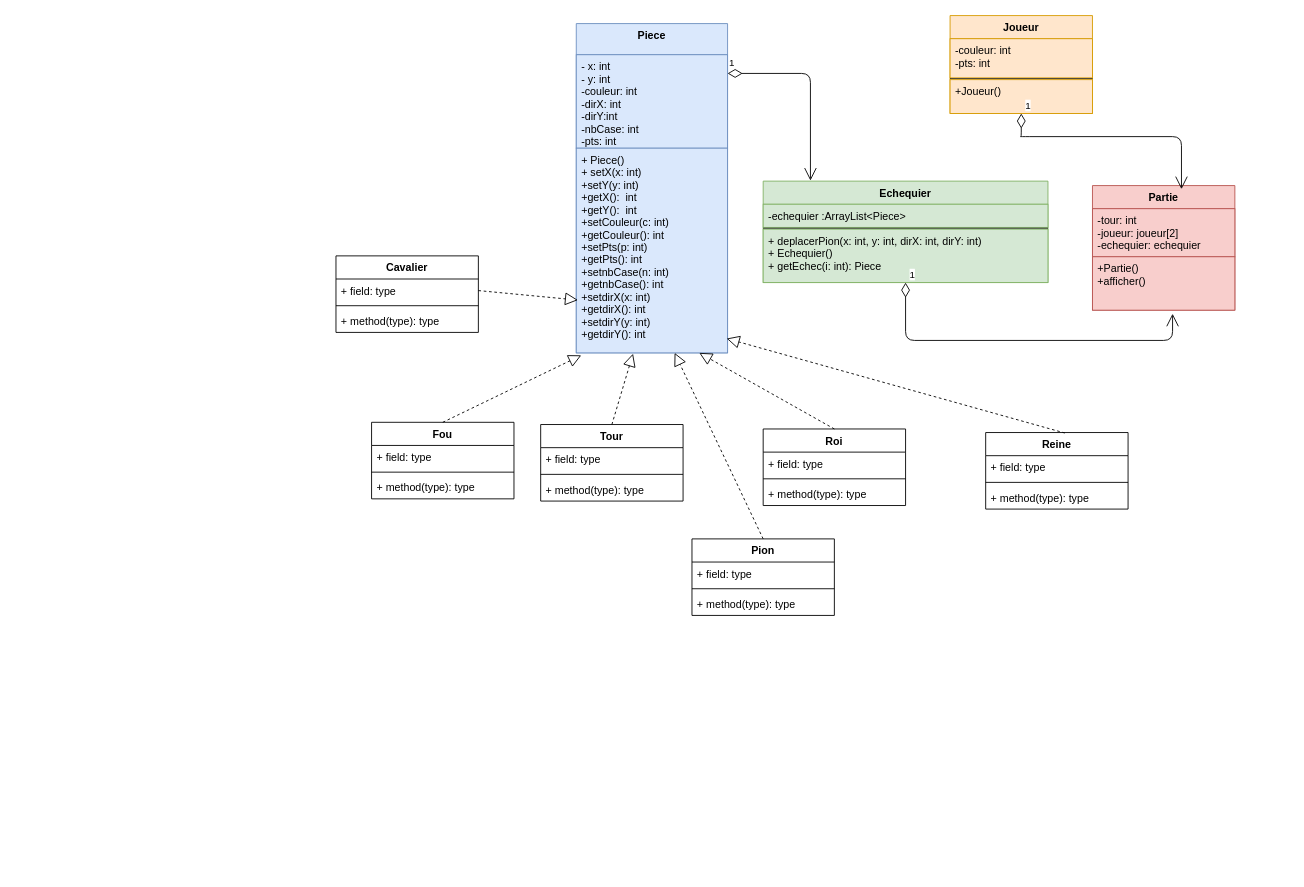
This is diagrammes/diagramme.drawio from LordPax/ProjetJava, a draw.io file, before an edit. Source tidied: cells renumbered, new cells numbered last; positions are measured from the earlier drawing's top-left corner, leaving out a move shared by most shapes. Both pictures are drawn from the tidied source at 89%, with x=0, y=0 at pixel (336, 15).
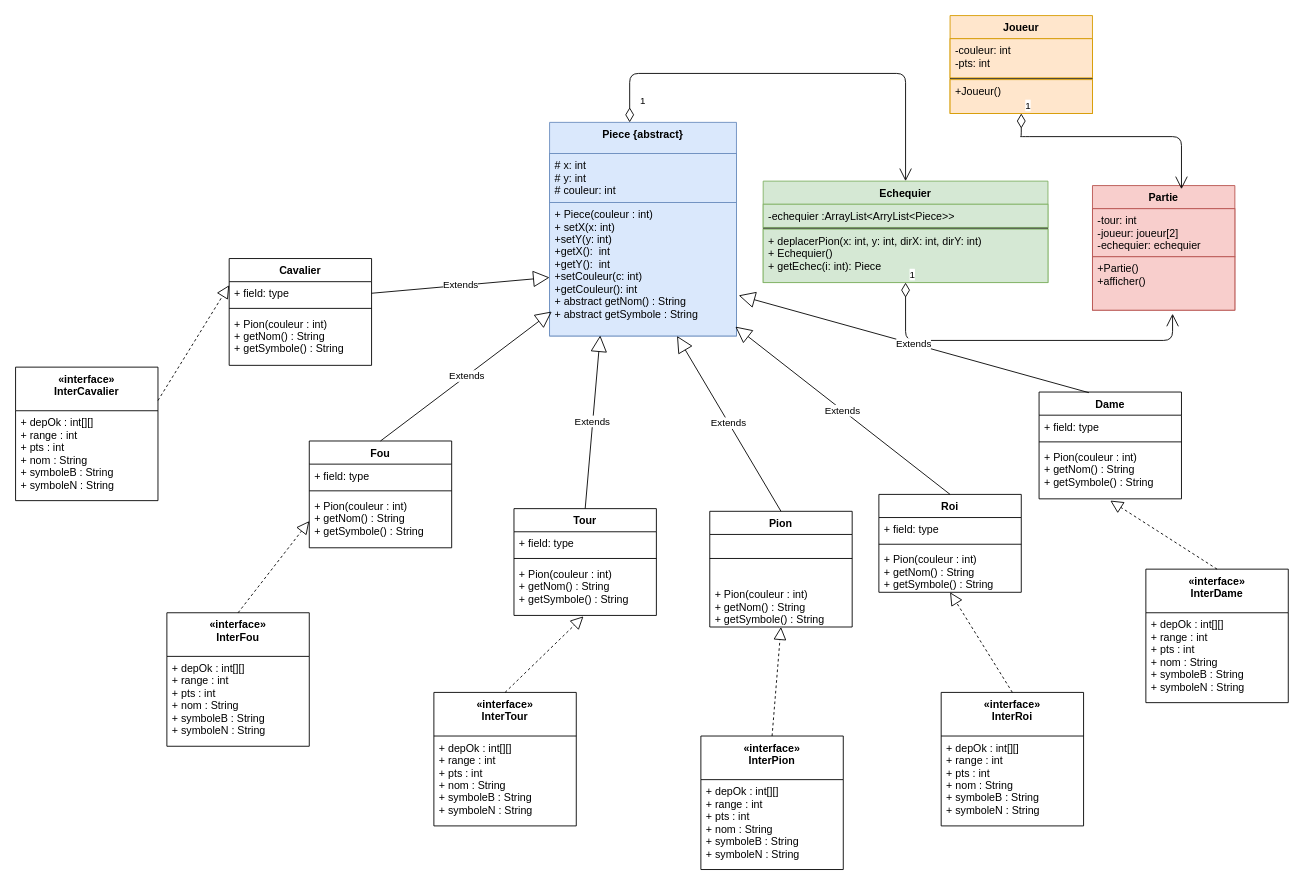
The same diagram, later.

The change refers to these unchanged cells:
```xml
<mxCell id="6" value="Echequier" style="swimlane;fontStyle=1;align=center;verticalAlign=top;horizontal=1;startSize=26;fillColor=#d5e8d4;strokeColor=#82b366;" parent="1" vertex="1">
  <mxGeometry x="480" y="186" width="320" height="114" as="geometry" />
</mxCell>
<mxCell id="10" value="Partie&#10;" style="swimlane;fontStyle=1;align=center;verticalAlign=top;horizontal=1;startSize=26;fillColor=#f8cecc;strokeColor=#b85450;" parent="1" vertex="1">
  <mxGeometry x="850" y="191" width="160" height="140" as="geometry" />
</mxCell>
<mxCell id="14" value="Joueur" style="swimlane;fontStyle=1;align=center;verticalAlign=top;horizontal=1;startSize=26;fillColor=#ffe6cc;strokeColor=#d79b00;" parent="1" vertex="1">
  <mxGeometry x="690" width="160" height="110" as="geometry" />
</mxCell>
<mxCell id="35" value="+ field: type" style="text;strokeColor=none;fillColor=none;align=left;verticalAlign=top;spacingLeft=4;spacingRight=4;overflow=hidden;points=[[0,0.5],[1,0.5]];portConstraint=eastwest;" parent="34" vertex="1">
  <mxGeometry y="26" width="160" height="26" as="geometry" />
</mxCell>
```

Diff of the diagram source:
```diff
@@
-    <mxCell id="2" value="Piece" style="swimlane;fontStyle=1;align=center;verticalAlign=top;horizontal=1;startSize=35;fillColor=#dae8fc;strokeColor=#6c8ebf;" parent="1" vertex="1">
-      <mxGeometry x="270" y="9" width="170" height="370" as="geometry" />
+    <mxCell id="2" value="Piece {abstract}" style="swimlane;fontStyle=1;align=center;verticalAlign=top;horizontal=1;startSize=35;fillColor=#dae8fc;strokeColor=#6c8ebf;" parent="1" vertex="1">
+      <mxGeometry x="240" y="120" width="210" height="240" as="geometry" />
     </mxCell>
-    <mxCell id="3" value="- x: int&#10;- y: int&#10;-couleur: int&#10;-dirX: int&#10;-dirY:int&#10;-nbCase: int&#10;-pts: int&#10;&#10;" style="text;strokeColor=#6c8ebf;fillColor=#dae8fc;align=left;verticalAlign=top;spacingLeft=4;spacingRight=4;overflow=hidden;points=[[0,0.5],[1,0.5]];portConstraint=eastwest;" parent="2" vertex="1">
-      <mxGeometry y="35" width="170" height="105" as="geometry" />
+    <mxCell id="3" value="# x: int&#10;# y: int&#10;# couleur: int" style="text;strokeColor=#6c8ebf;fillColor=#dae8fc;align=left;verticalAlign=top;spacingLeft=4;spacingRight=4;overflow=hidden;points=[[0,0.5],[1,0.5]];portConstraint=eastwest;" parent="2" vertex="1">
+      <mxGeometry y="35" width="210" height="55" as="geometry" />
     </mxCell>
     <mxCell id="4" style="line;strokeWidth=1;fillColor=#dae8fc;align=left;verticalAlign=middle;spacingTop=-1;spacingLeft=3;spacingRight=3;labelPosition=right;strokeColor=#6c8ebf;" parent="2" vertex="1">
-      <mxGeometry y="140" width="170" as="geometry" />
+      <mxGeometry y="90" width="210" as="geometry" />
     </mxCell>
-    <mxCell id="5" value="+ Piece()&#10;+ setX(x: int)&#10;+setY(y: int)&#10;+getX():  int&#10;+getY():  int&#10;+setCouleur(c: int)&#10;+getCouleur(): int&#10;+setPts(p: int)&#10;+getPts(): int&#10;+setnbCase(n: int)&#10;+getnbCase(): int&#10;+setdirX(x: int)&#10;+getdirX(): int&#10;+setdirY(y: int)&#10;+getdirY(): int" style="text;strokeColor=#6c8ebf;fillColor=#dae8fc;align=left;verticalAlign=top;spacingLeft=4;spacingRight=4;overflow=hidden;points=[[0,0.5],[1,0.5]];portConstraint=eastwest;" parent="2" vertex="1">
-      <mxGeometry y="140" width="170" height="230" as="geometry" />
+    <mxCell id="5" value="+ Piece(couleur : int)&#10;+ setX(x: int)&#10;+setY(y: int)&#10;+getX():  int&#10;+getY():  int&#10;+setCouleur(c: int)&#10;+getCouleur(): int&#10;+ abstract getNom() : String&#10;+ abstract getSymbole : String&#10;" style="text;strokeColor=#6c8ebf;fillColor=#dae8fc;align=left;verticalAlign=top;spacingLeft=4;spacingRight=4;overflow=hidden;points=[[0,0.5],[1,0.5]];portConstraint=eastwest;" parent="2" vertex="1">
+      <mxGeometry y="90" width="210" height="150" as="geometry" />
     </mxCell>
@@
-    <mxCell id="7" value="-echequier :ArrayList&lt;Piece&gt;" style="text;strokeColor=#82b366;fillColor=#d5e8d4;align=left;verticalAlign=top;spacingLeft=4;spacingRight=4;overflow=hidden;" parent="6" vertex="1">
+    <mxCell id="7" value="-echequier :ArrayList&lt;ArryList&lt;Piece&gt;&gt;" style="text;strokeColor=#82b366;fillColor=#d5e8d4;align=left;verticalAlign=top;spacingLeft=4;spacingRight=4;overflow=hidden;" parent="6" vertex="1">
       <mxGeometry y="26" width="320" height="26" as="geometry" />
     </mxCell>
@@
     <mxCell id="18" value="Fou" style="swimlane;fontStyle=1;align=center;verticalAlign=top;horizontal=1;startSize=26;" parent="1" vertex="1">
-      <mxGeometry x="40" y="457" width="160" height="86" as="geometry" />
+      <mxGeometry x="-30" y="478" width="160" height="120" as="geometry" />
     </mxCell>
@@
-    <mxCell id="21" value="+ method(type): type" style="text;strokeColor=none;fillColor=none;align=left;verticalAlign=top;spacingLeft=4;spacingRight=4;overflow=hidden;points=[[0,0.5],[1,0.5]];portConstraint=eastwest;" parent="18" vertex="1">
-      <mxGeometry y="60" width="160" height="26" as="geometry" />
+    <mxCell id="21" value="+ Pion(couleur : int)&#10;+ getNom() : String&#10;+ getSymbole() : String&#10;" style="text;strokeColor=none;fillColor=none;align=left;verticalAlign=top;spacingLeft=4;spacingRight=4;overflow=hidden;points=[[0,0.5],[1,0.5]];portConstraint=eastwest;" parent="18" vertex="1">
+      <mxGeometry y="60" width="160" height="60" as="geometry" />
     </mxCell>
     <mxCell id="22" value="Tour&#10;" style="swimlane;fontStyle=1;align=center;verticalAlign=top;horizontal=1;startSize=26;" parent="1" vertex="1">
-      <mxGeometry x="230" y="459.5" width="160" height="86" as="geometry" />
+      <mxGeometry x="200" y="554" width="160" height="120" as="geometry" />
     </mxCell>
@@
-    <mxCell id="25" value="+ method(type): type" style="text;strokeColor=none;fillColor=none;align=left;verticalAlign=top;spacingLeft=4;spacingRight=4;overflow=hidden;points=[[0,0.5],[1,0.5]];portConstraint=eastwest;" parent="22" vertex="1">
-      <mxGeometry y="60" width="160" height="26" as="geometry" />
+    <mxCell id="25" value="+ Pion(couleur : int)&#10;+ getNom() : String&#10;+ getSymbole() : String&#10;" style="text;strokeColor=none;fillColor=none;align=left;verticalAlign=top;spacingLeft=4;spacingRight=4;overflow=hidden;points=[[0,0.5],[1,0.5]];portConstraint=eastwest;" parent="22" vertex="1">
+      <mxGeometry y="60" width="160" height="60" as="geometry" />
     </mxCell>
     <mxCell id="26" value="Roi" style="swimlane;fontStyle=1;align=center;verticalAlign=top;horizontal=1;startSize=26;" parent="1" vertex="1">
-      <mxGeometry x="480" y="464.5" width="160" height="86" as="geometry" />
+      <mxGeometry x="610" y="538" width="160" height="110" as="geometry" />
     </mxCell>
@@
-    <mxCell id="29" value="+ method(type): type" style="text;strokeColor=none;fillColor=none;align=left;verticalAlign=top;spacingLeft=4;spacingRight=4;overflow=hidden;" parent="26" vertex="1">
-      <mxGeometry y="60" width="160" height="26" as="geometry" />
+    <mxCell id="29" value="+ Pion(couleur : int)&#10;+ getNom() : String&#10;+ getSymbole() : String&#10;" style="text;strokeColor=none;fillColor=none;align=left;verticalAlign=top;spacingLeft=4;spacingRight=4;overflow=hidden;" parent="26" vertex="1">
+      <mxGeometry y="60" width="160" height="50" as="geometry" />
     </mxCell>
-    <mxCell id="30" value="Reine" style="swimlane;fontStyle=1;align=center;verticalAlign=top;horizontal=1;startSize=26;" parent="1" vertex="1">
-      <mxGeometry x="730" y="468.5" width="160" height="86" as="geometry" />
+    <mxCell id="30" value="Dame" style="swimlane;fontStyle=1;align=center;verticalAlign=top;horizontal=1;startSize=26;" parent="1" vertex="1">
+      <mxGeometry x="790" y="423" width="160" height="120" as="geometry" />
     </mxCell>
@@
-    <mxCell id="33" value="+ method(type): type" style="text;strokeColor=none;fillColor=none;align=left;verticalAlign=top;spacingLeft=4;spacingRight=4;overflow=hidden;points=[[0,0.5],[1,0.5]];portConstraint=eastwest;" parent="30" vertex="1">
-      <mxGeometry y="60" width="160" height="26" as="geometry" />
+    <mxCell id="33" value="+ Pion(couleur : int)&#10;+ getNom() : String&#10;+ getSymbole() : String&#10;" style="text;strokeColor=none;fillColor=none;align=left;verticalAlign=top;spacingLeft=4;spacingRight=4;overflow=hidden;points=[[0,0.5],[1,0.5]];portConstraint=eastwest;" parent="30" vertex="1">
+      <mxGeometry y="60" width="160" height="60" as="geometry" />
     </mxCell>
     <mxCell id="34" value="Cavalier" style="swimlane;fontStyle=1;align=center;verticalAlign=top;horizontal=1;startSize=26;" parent="1" vertex="1">
-      <mxGeometry y="270" width="160" height="86" as="geometry" />
+      <mxGeometry x="-120" y="273" width="160" height="120" as="geometry" />
     </mxCell>
@@
-    <mxCell id="37" value="+ method(type): type" style="text;strokeColor=none;fillColor=none;align=left;verticalAlign=top;spacingLeft=4;spacingRight=4;overflow=hidden;" parent="34" vertex="1">
-      <mxGeometry y="60" width="160" height="26" as="geometry" />
+    <mxCell id="37" value="+ Pion(couleur : int)&#10;+ getNom() : String&#10;+ getSymbole() : String&#10;" style="text;strokeColor=none;fillColor=none;align=left;verticalAlign=top;spacingLeft=4;spacingRight=4;overflow=hidden;" parent="34" vertex="1">
+      <mxGeometry y="60" width="160" height="60" as="geometry" />
     </mxCell>
     <mxCell id="38" value="Pion" style="swimlane;fontStyle=1;align=center;verticalAlign=top;horizontal=1;startSize=26;" parent="1" vertex="1">
-      <mxGeometry x="400" y="588" width="160" height="86" as="geometry" />
+      <mxGeometry x="420" y="557" width="160" height="130" as="geometry" />
     </mxCell>
-    <mxCell id="39" value="+ field: type" style="text;strokeColor=none;fillColor=none;align=left;verticalAlign=top;spacingLeft=4;spacingRight=4;overflow=hidden;" parent="38" vertex="1">
-      <mxGeometry y="26" width="160" height="26" as="geometry" />
-    </mxCell>
     <mxCell id="40" style="line;strokeWidth=1;fillColor=none;align=left;verticalAlign=middle;spacingTop=-1;spacingLeft=3;spacingRight=3;labelPosition=right;" parent="38" vertex="1">
-      <mxGeometry y="52" width="160" height="8" as="geometry" />
+      <mxGeometry y="26" width="160" height="54" as="geometry" />
     </mxCell>
-    <mxCell id="41" value="+ method(type): type" style="text;strokeColor=none;fillColor=none;align=left;verticalAlign=top;spacingLeft=4;spacingRight=4;overflow=hidden;" parent="38" vertex="1">
-      <mxGeometry y="60" width="160" height="26" as="geometry" />
+    <mxCell id="41" value="+ Pion(couleur : int)&#10;+ getNom() : String&#10;+ getSymbole() : String&#10;" style="text;strokeColor=none;fillColor=none;align=left;verticalAlign=top;spacingLeft=4;spacingRight=4;overflow=hidden;" parent="38" vertex="1">
+      <mxGeometry y="80" width="160" height="50" as="geometry" />
     </mxCell>
+    <mxCell id="49" value="1" style="endArrow=open;html=1;endSize=12;startArrow=diamondThin;startSize=14;startFill=0;edgeStyle=orthogonalEdgeStyle;align=left;verticalAlign=bottom;entryX=0.625;entryY=0.029;entryDx=0;entryDy=0;entryPerimeter=0;exitX=0.5;exitY=1;exitDx=0;exitDy=0;" parent="1" edge="1" source="14" target="10">
+      <mxGeometry x="-1" y="3" relative="1" as="geometry">
+        <Array as="points">
+          <mxPoint x="769" y="136" />
+          <mxPoint x="949" y="136" />
+        </Array>
+      </mxGeometry>
+    </mxCell>
+    <mxCell id="50" value="1" style="endArrow=open;html=1;endSize=12;startArrow=diamondThin;startSize=14;startFill=0;edgeStyle=orthogonalEdgeStyle;align=left;verticalAlign=bottom;exitX=0.5;exitY=1;exitDx=0;exitDy=0;" parent="1" edge="1" source="6">
+      <mxGeometry x="-1" y="3" relative="1" as="geometry">
+        <mxPoint x="940" y="335" as="targetPoint" />
+        <Array as="points">
+          <mxPoint x="640" y="365" />
+          <mxPoint x="940" y="365" />
+        </Array>
+      </mxGeometry>
+    </mxCell>
+    <mxCell id="46" value="Extends" style="endArrow=block;endSize=16;endFill=0;html=1;exitX=1;exitY=0.5;exitDx=0;exitDy=0;" parent="1" edge="1" source="35" target="5">
+      <mxGeometry relative="1" as="geometry" />
+    </mxCell>
-    <mxCell id="42" style="endArrow=block;dashed=1;endFill=0;endSize=12;html=1;exitX=0.5;exitY=0;exitDx=0;exitDy=0;entryX=0.033;entryY=1.012;entryDx=0;entryDy=0;entryPerimeter=0;" parent="1" edge="1" source="18" target="5">
+    <mxCell id="42" value="Extends" style="endArrow=block;endSize=16;endFill=0;html=1;exitX=0.5;exitY=0;exitDx=0;exitDy=0;entryX=0.012;entryY=0.817;entryDx=0;entryDy=0;entryPerimeter=0;" parent="1" edge="1" source="18" target="5">
       <mxGeometry relative="1" as="geometry" />
     </mxCell>
-    <mxCell id="43" style="endArrow=block;dashed=1;endFill=0;endSize=12;html=1;exitX=0.5;exitY=0;exitDx=0;exitDy=0;entryX=0.375;entryY=1.004;entryDx=0;entryDy=0;entryPerimeter=0;" parent="1" edge="1" source="22" target="5">
+    <mxCell id="43" value="Extends" style="endArrow=block;endSize=16;endFill=0;html=1;entryX=0.271;entryY=0.996;entryDx=0;entryDy=0;entryPerimeter=0;exitX=0.5;exitY=0;exitDx=0;exitDy=0;" parent="1" edge="1" source="22" target="5">
       <mxGeometry relative="1" as="geometry" />
     </mxCell>
+    <mxCell id="47" value="Extends" style="endArrow=block;endSize=16;endFill=0;html=1;entryX=0.682;entryY=1;entryDx=0;entryDy=0;entryPerimeter=0;exitX=0.5;exitY=0;exitDx=0;exitDy=0;" parent="1" edge="1" source="38" target="5">
+      <mxGeometry relative="1" as="geometry" />
+    </mxCell>
-    <mxCell id="44" style="endArrow=block;dashed=1;endFill=0;endSize=12;html=1;exitX=0.5;exitY=0;exitDx=0;exitDy=0;entryX=0.813;entryY=1;entryDx=0;entryDy=0;entryPerimeter=0;" parent="1" edge="1" source="26" target="5">
+    <mxCell id="44" value="Extends" style="endArrow=block;endSize=16;endFill=0;html=1;entryX=0.994;entryY=0.93;entryDx=0;entryDy=0;entryPerimeter=0;exitX=0.5;exitY=0;exitDx=0;exitDy=0;" parent="1" edge="1" source="26" target="5">
       <mxGeometry relative="1" as="geometry" />
     </mxCell>
-    <mxCell id="45" style="endArrow=block;dashed=1;endFill=0;endSize=12;html=1;exitX=0.556;exitY=0.006;exitDx=0;exitDy=0;exitPerimeter=0;entryX=0.994;entryY=0.93;entryDx=0;entryDy=0;entryPerimeter=0;" parent="1" edge="1" source="30" target="5">
+    <mxCell id="45" value="Extends" style="endArrow=block;endSize=16;endFill=0;html=1;entryX=1.012;entryY=0.696;entryDx=0;entryDy=0;entryPerimeter=0;exitX=0.35;exitY=0.006;exitDx=0;exitDy=0;exitPerimeter=0;" parent="1" edge="1" source="30" target="5">
       <mxGeometry relative="1" as="geometry" />
     </mxCell>
-    <mxCell id="46" style="endArrow=block;dashed=1;endFill=0;endSize=12;html=1;exitX=1;exitY=0.5;exitDx=0;exitDy=0;entryX=0.011;entryY=0.742;entryDx=0;entryDy=0;entryPerimeter=0;" parent="1" edge="1" source="35" target="5">
-      <mxGeometry relative="1" as="geometry" />
-    </mxCell>
-    <mxCell id="47" style="endArrow=block;dashed=1;endFill=0;endSize=12;html=1;exitX=0.5;exitY=0;exitDx=0;exitDy=0;entryX=0.65;entryY=1;entryDx=0;entryDy=0;entryPerimeter=0;" parent="1" edge="1" source="38" target="5">
-      <mxGeometry relative="1" as="geometry" />
-    </mxCell>
+    <mxCell id="51" value="«interface»&#10;InterRoi" style="swimlane;fontStyle=1;align=center;verticalAlign=top;horizontal=1;startSize=49;" parent="1" vertex="1">
+      <mxGeometry x="680" y="760.5" width="160" height="150" as="geometry" />
+    </mxCell>
+    <mxCell id="52" value="+ depOk : int[][]&#10;+ range : int&#10;+ pts : int&#10;+ nom : String&#10;+ symboleB : String&#10;+ symboleN : String&#10;&#10;" style="text;strokeColor=none;fillColor=none;align=left;verticalAlign=top;spacingLeft=4;spacingRight=4;overflow=hidden;" parent="51" vertex="1">
+      <mxGeometry y="49" width="160" height="101" as="geometry" />
+    </mxCell>
-    <mxCell id="48" value="1" style="endArrow=open;html=1;endSize=12;startArrow=diamondThin;startSize=14;startFill=0;edgeStyle=orthogonalEdgeStyle;align=left;verticalAlign=bottom;exitX=1;exitY=0.2;exitDx=0;exitDy=0;exitPerimeter=0;entryX=0.166;entryY=-0.005;entryDx=0;entryDy=0;entryPerimeter=0;" parent="1" edge="1" source="3" target="6">
-      <mxGeometry x="-1" y="3" relative="1" as="geometry" />
+    <mxCell id="48" value="1" style="endArrow=open;html=1;endSize=12;startArrow=diamondThin;startSize=14;startFill=0;edgeStyle=orthogonalEdgeStyle;align=left;verticalAlign=bottom;" parent="1" edge="1" source="2" target="6">
+      <mxGeometry x="-0.94" y="-10" relative="1" as="geometry">
+        <Array as="points">
+          <mxPoint x="330" y="65" />
+          <mxPoint x="640" y="65" />
+        </Array>
+      </mxGeometry>
     </mxCell>
-    <mxCell id="49" value="1" style="endArrow=open;html=1;endSize=12;startArrow=diamondThin;startSize=14;startFill=0;edgeStyle=orthogonalEdgeStyle;align=left;verticalAlign=bottom;entryX=0.625;entryY=0.029;entryDx=0;entryDy=0;entryPerimeter=0;exitX=0.5;exitY=1;exitDx=0;exitDy=0;" parent="1" edge="1" source="14" target="10">
-      <mxGeometry x="-1" y="3" relative="1" as="geometry">
-        <Array as="points">
-          <mxPoint x="769" y="136" />
-          <mxPoint x="949" y="136" />
-        </Array>
-      </mxGeometry>
-    </mxCell>
-    <mxCell id="50" value="1" style="endArrow=open;html=1;endSize=12;startArrow=diamondThin;startSize=14;startFill=0;edgeStyle=orthogonalEdgeStyle;align=left;verticalAlign=bottom;exitX=0.5;exitY=1;exitDx=0;exitDy=0;" parent="1" edge="1" source="6">
-      <mxGeometry x="-1" y="3" relative="1" as="geometry">
-        <mxPoint x="940" y="335" as="targetPoint" />
-        <Array as="points">
-          <mxPoint x="640" y="365" />
-          <mxPoint x="940" y="365" />
-        </Array>
-      </mxGeometry>
-    </mxCell>
+    <mxCell id="53" value="«interface»&#10;InterDame" style="swimlane;fontStyle=1;align=center;verticalAlign=top;horizontal=1;startSize=49;" parent="1" vertex="1">
+      <mxGeometry x="910" y="622" width="160" height="150" as="geometry" />
+    </mxCell>
+    <mxCell id="54" value="+ depOk : int[][]&#10;+ range : int&#10;+ pts : int&#10;+ nom : String&#10;+ symboleB : String&#10;+ symboleN : String&#10;&#10;" style="text;strokeColor=none;fillColor=none;align=left;verticalAlign=top;spacingLeft=4;spacingRight=4;overflow=hidden;" parent="53" vertex="1">
+      <mxGeometry y="49" width="160" height="101" as="geometry" />
+    </mxCell>
+    <mxCell id="55" value="«interface»&#10;InterPion" style="swimlane;fontStyle=1;align=center;verticalAlign=top;horizontal=1;startSize=49;" parent="1" vertex="1">
+      <mxGeometry x="410" y="809.5" width="160" height="150" as="geometry" />
+    </mxCell>
+    <mxCell id="56" value="+ depOk : int[][]&#10;+ range : int&#10;+ pts : int&#10;+ nom : String&#10;+ symboleB : String&#10;+ symboleN : String&#10;&#10;" style="text;strokeColor=none;fillColor=none;align=left;verticalAlign=top;spacingLeft=4;spacingRight=4;overflow=hidden;" parent="55" vertex="1">
+      <mxGeometry y="49" width="160" height="101" as="geometry" />
+    </mxCell>
+    <mxCell id="57" value="«interface»&#10;InterTour" style="swimlane;fontStyle=1;align=center;verticalAlign=top;horizontal=1;startSize=49;" parent="1" vertex="1">
+      <mxGeometry x="110" y="760.5" width="160" height="150" as="geometry" />
+    </mxCell>
+    <mxCell id="58" value="+ depOk : int[][]&#10;+ range : int&#10;+ pts : int&#10;+ nom : String&#10;+ symboleB : String&#10;+ symboleN : String&#10;&#10;" style="text;strokeColor=none;fillColor=none;align=left;verticalAlign=top;spacingLeft=4;spacingRight=4;overflow=hidden;" parent="57" vertex="1">
+      <mxGeometry y="49" width="160" height="101" as="geometry" />
+    </mxCell>
+    <mxCell id="59" value="«interface»&#10;InterFou" style="swimlane;fontStyle=1;align=center;verticalAlign=top;horizontal=1;startSize=49;" parent="1" vertex="1">
+      <mxGeometry x="-190" y="671" width="160" height="150" as="geometry" />
+    </mxCell>
+    <mxCell id="60" value="+ depOk : int[][]&#10;+ range : int&#10;+ pts : int&#10;+ nom : String&#10;+ symboleB : String&#10;+ symboleN : String&#10;&#10;" style="text;strokeColor=none;fillColor=none;align=left;verticalAlign=top;spacingLeft=4;spacingRight=4;overflow=hidden;" parent="59" vertex="1">
+      <mxGeometry y="49" width="160" height="101" as="geometry" />
+    </mxCell>
+    <mxCell id="61" value="«interface»&#10;InterCavalier" style="swimlane;fontStyle=1;align=center;verticalAlign=top;horizontal=1;startSize=49;" parent="1" vertex="1">
+      <mxGeometry x="-360" y="395" width="160" height="150" as="geometry" />
+    </mxCell>
+    <mxCell id="62" value="+ depOk : int[][]&#10;+ range : int&#10;+ pts : int&#10;+ nom : String&#10;+ symboleB : String&#10;+ symboleN : String&#10;&#10;" style="text;strokeColor=none;fillColor=none;align=left;verticalAlign=top;spacingLeft=4;spacingRight=4;overflow=hidden;" parent="61" vertex="1">
+      <mxGeometry y="49" width="160" height="101" as="geometry" />
+    </mxCell>
+    <mxCell id="63" style="endArrow=block;dashed=1;endFill=0;endSize=12;html=1;entryX=0;entryY=0.25;entryDx=0;entryDy=0;exitX=1;exitY=0.25;exitDx=0;exitDy=0;" parent="1" edge="1" source="61" target="34">
+      <mxGeometry relative="1" as="geometry" />
+    </mxCell>
+    <mxCell id="64" style="endArrow=block;dashed=1;endFill=0;endSize=12;html=1;entryX=0;entryY=0.5;entryDx=0;entryDy=0;exitX=0.5;exitY=0;exitDx=0;exitDy=0;" parent="1" edge="1" source="59" target="21">
+      <mxGeometry relative="1" as="geometry" />
+    </mxCell>
+    <mxCell id="65" style="endArrow=block;dashed=1;endFill=0;endSize=12;html=1;exitX=0.5;exitY=0;exitDx=0;exitDy=0;entryX=0.488;entryY=1.017;entryDx=0;entryDy=0;entryPerimeter=0;" parent="1" edge="1" source="57" target="25">
+      <mxGeometry relative="1" as="geometry" />
+    </mxCell>
+    <mxCell id="66" style="endArrow=block;dashed=1;endFill=0;endSize=12;html=1;exitX=0.5;exitY=0;exitDx=0;exitDy=0;entryX=0.5;entryY=1;entryDx=0;entryDy=0;" parent="1" edge="1" source="55" target="38">
+      <mxGeometry relative="1" as="geometry" />
+    </mxCell>
+    <mxCell id="67" style="endArrow=block;dashed=1;endFill=0;endSize=12;html=1;exitX=0.5;exitY=0;exitDx=0;exitDy=0;entryX=0.5;entryY=1;entryDx=0;entryDy=0;" parent="1" edge="1" source="51" target="26">
+      <mxGeometry relative="1" as="geometry" />
+    </mxCell>
+    <mxCell id="68" style="endArrow=block;dashed=1;endFill=0;endSize=12;html=1;exitX=0.5;exitY=0;exitDx=0;exitDy=0;entryX=0.5;entryY=1.033;entryDx=0;entryDy=0;entryPerimeter=0;" parent="1" edge="1" source="53" target="33">
+      <mxGeometry relative="1" as="geometry" />
+    </mxCell>
```
